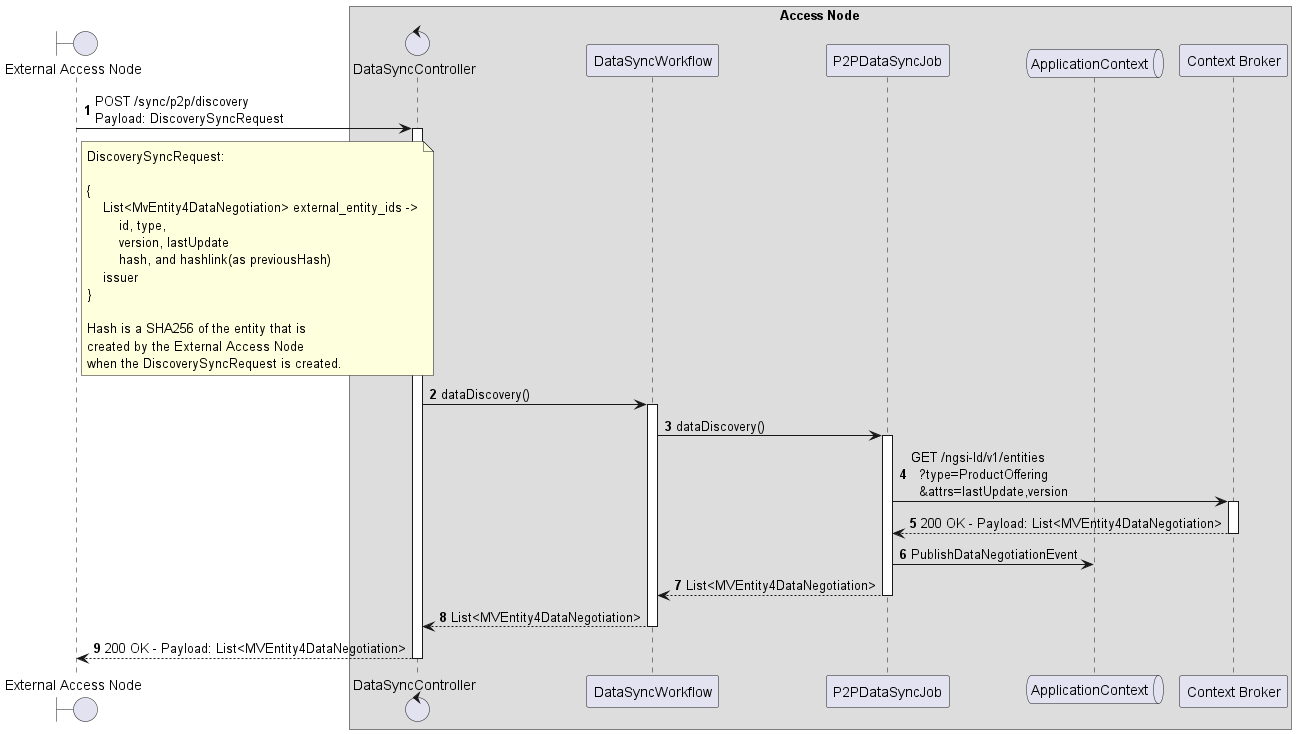
Before: desmos-tech-doc/images/p2p-sync-discovery-local.png, a diagram exported from PlantUML (in2workspace/in2-guides).
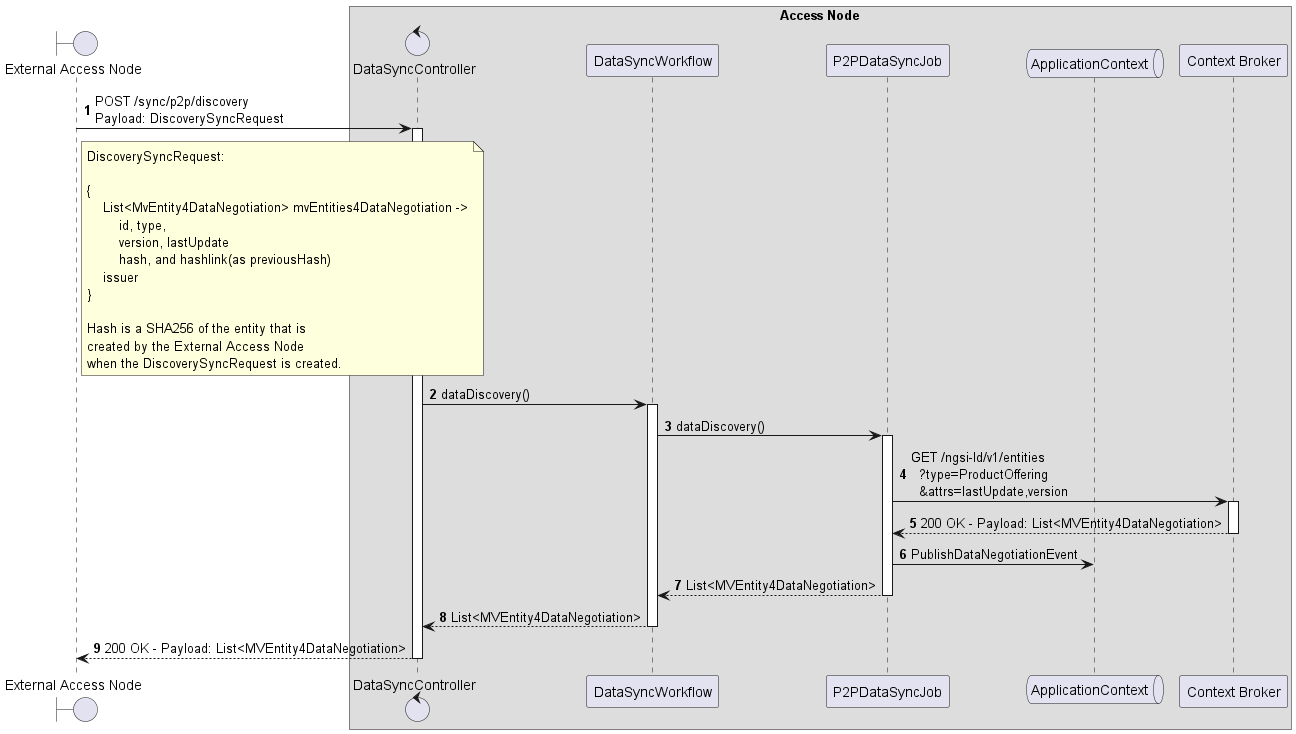
The same diagram one commit later.

Commit message:
fix(data-syncronization): change external entity id to mv entity 4 data negotiation

Change to the diagram source:
```diff
@@ -23,7 +23,7 @@
     DiscoverySyncRequest:
 
     {
-        List<MvEntity4DataNegotiation> external_entity_ids ->
+        List<MvEntity4DataNegotiation> mvEntities4DataNegotiation ->
             id, type,
             version, lastUpdate
             hash, and hashlink(as previousHash)
```
